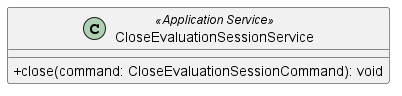
Before: src/PB/DocumentazioneEsterna/Specifica_Tecnica/content/05-diagrammi-classi/uml/png/Session/CloseEvaluationSessionService.png, a diagram exported from PlantUML (GroupRubberDuck/Documentazione).
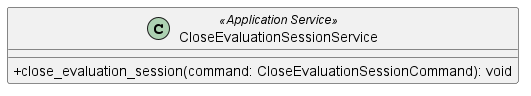
Later version of the same file.

The edit, as a diff of the source:
```diff
@@ -1,6 +1,6 @@
 @startuml CloseEvaluationSessionService
 skinparam classAttributeIconSize 0
 class CloseEvaluationSessionService <<Application Service>> {
-    + close(command: CloseEvaluationSessionCommand): void
+    + close_evaluation_session(command: CloseEvaluationSessionCommand): void
 }
 @enduml
```
